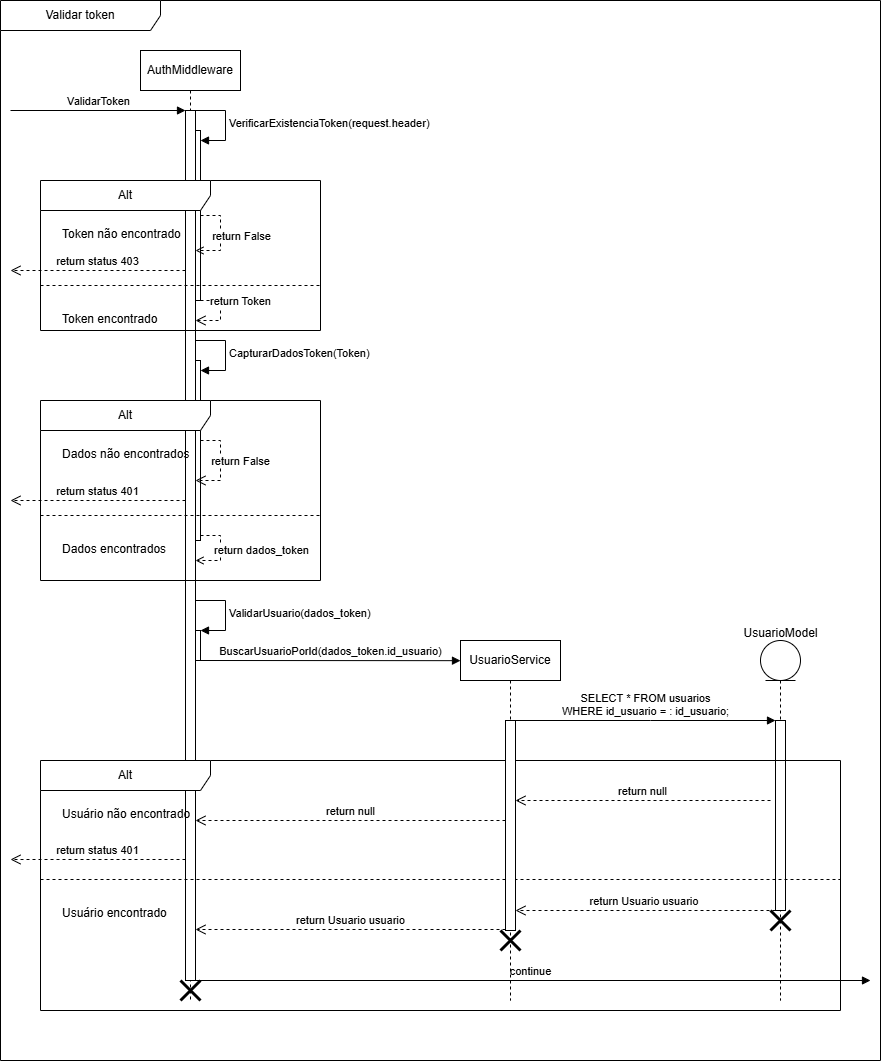
Dev-Vinicius-Borges/Thousand_Miles keeps this draw.io diagram as UML/sequencia/usuario/validar-token.drawio.png. Above is the earlier version. Source tidied: cells renumbered, new cells last; positions are measured from the earlier drawing's top-left corner, leaving out a move shared by most shapes.
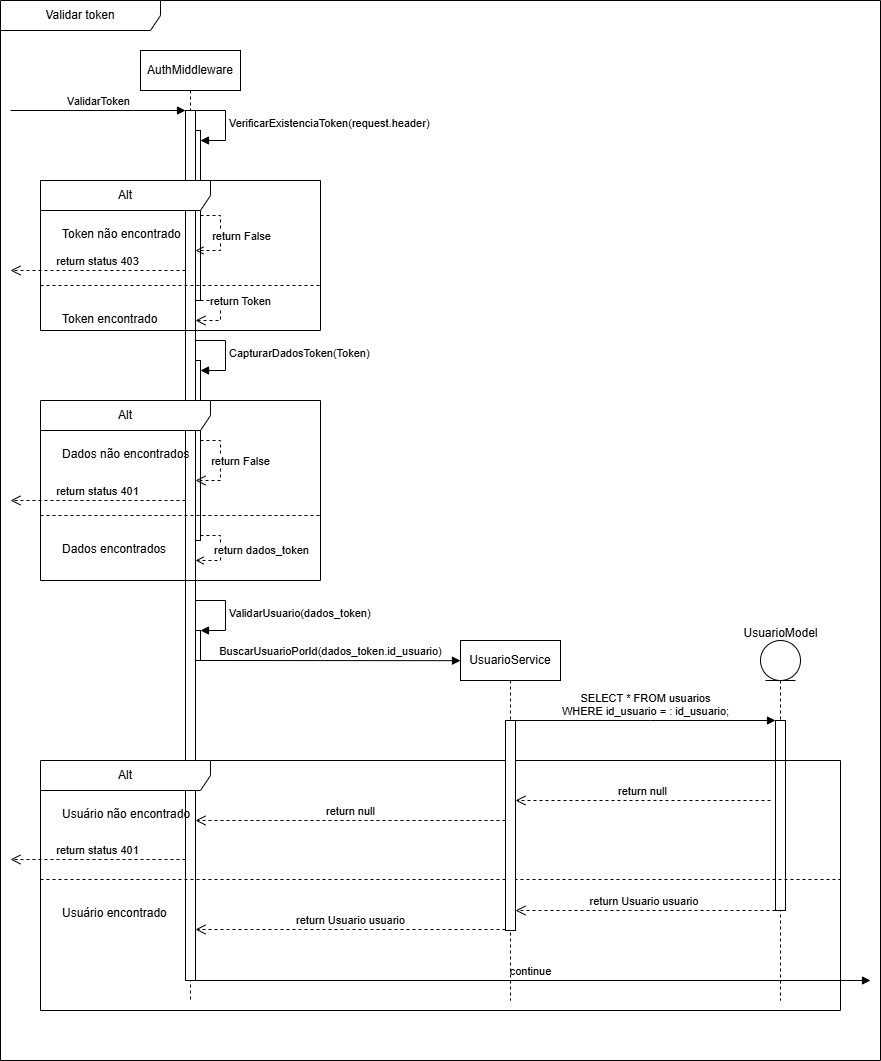
Later version of the same file.

Change to the diagram source:
```diff
@@ -86,9 +86,6 @@
         </Array>
       </mxGeometry>
     </mxCell>
-    <mxCell id="17" style="shape=umlDestroy;whiteSpace=wrap;html=1;strokeWidth=3;targetShapes=umlLifeline;" parent="3" vertex="1">
-      <mxGeometry x="40" y="930" width="20" height="20" as="geometry" />
-    </mxCell>
     <mxCell id="18" value="Alt" style="shape=umlFrame;whiteSpace=wrap;html=1;width=170;" parent="2" vertex="1">
       <mxGeometry x="40" y="180" width="280" height="150" as="geometry" />
     </mxCell>
@@ -138,9 +135,6 @@
         <mxPoint x="730" y="40" as="sourcePoint" />
       </mxGeometry>
     </mxCell>
-    <mxCell id="31" style="shape=umlDestroy;whiteSpace=wrap;html=1;strokeWidth=3;targetShapes=umlLifeline;" parent="27" vertex="1">
-      <mxGeometry x="730" y="150" width="20" height="20" as="geometry" />
-    </mxCell>
     <mxCell id="32" value="continue" style="html=1;verticalAlign=bottom;endArrow=block;curved=0;rounded=0;" parent="27" edge="1">
       <mxGeometry relative="1" as="geometry">
         <mxPoint x="150" y="220" as="sourcePoint" />
@@ -174,9 +168,6 @@
     <mxCell id="38" style="html=1;points=[[0,0,0,0,5],[0,1,0,0,-5],[1,0,0,0,5],[1,1,0,0,-5]];perimeter=orthogonalPerimeter;outlineConnect=0;targetShapes=umlLifeline;portConstraint=eastwest;newEdgeStyle={&quot;curved&quot;:0,&quot;rounded&quot;:0};" parent="37" vertex="1">
       <mxGeometry x="45" y="80" width="10" height="210" as="geometry" />
     </mxCell>
-    <mxCell id="39" style="shape=umlDestroy;whiteSpace=wrap;html=1;strokeWidth=3;targetShapes=umlLifeline;" parent="37" vertex="1">
-      <mxGeometry x="40" y="290" width="20" height="20" as="geometry" />
-    </mxCell>
     <mxCell id="40" value="UsuarioModel" style="text;html=1;align=center;verticalAlign=middle;strokeColor=none;fillColor=none;" parent="1" vertex="1">
       <mxGeometry x="730" y="618" width="100" height="30" as="geometry" />
     </mxCell>
```
